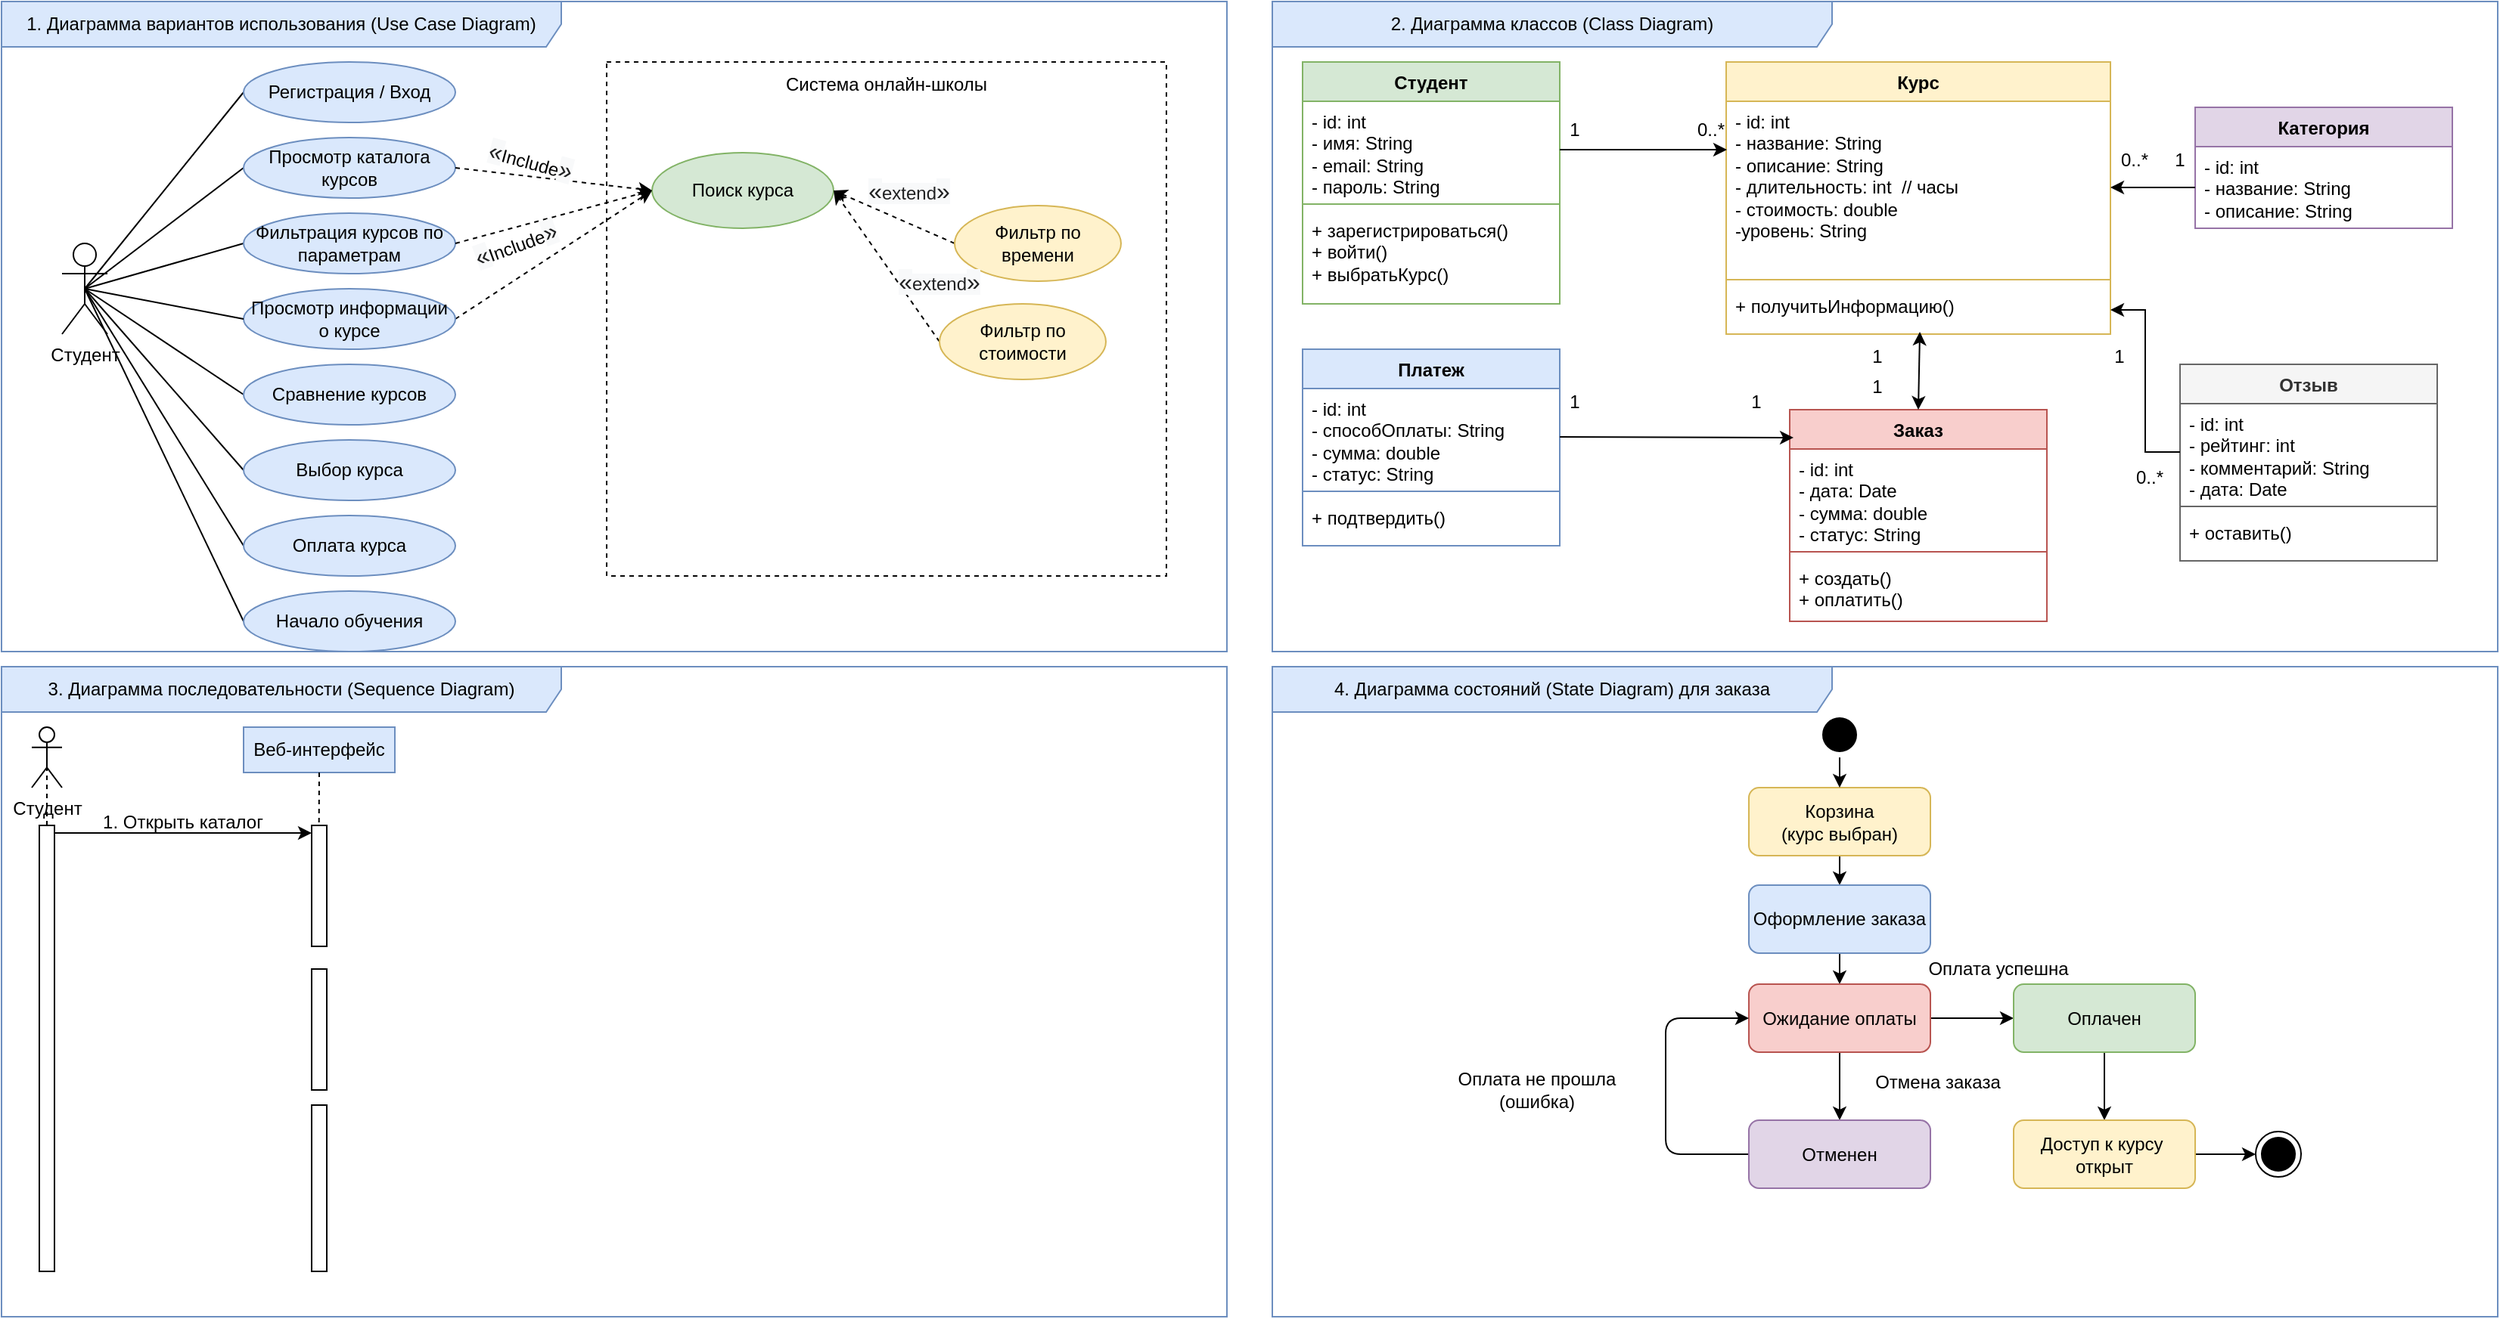
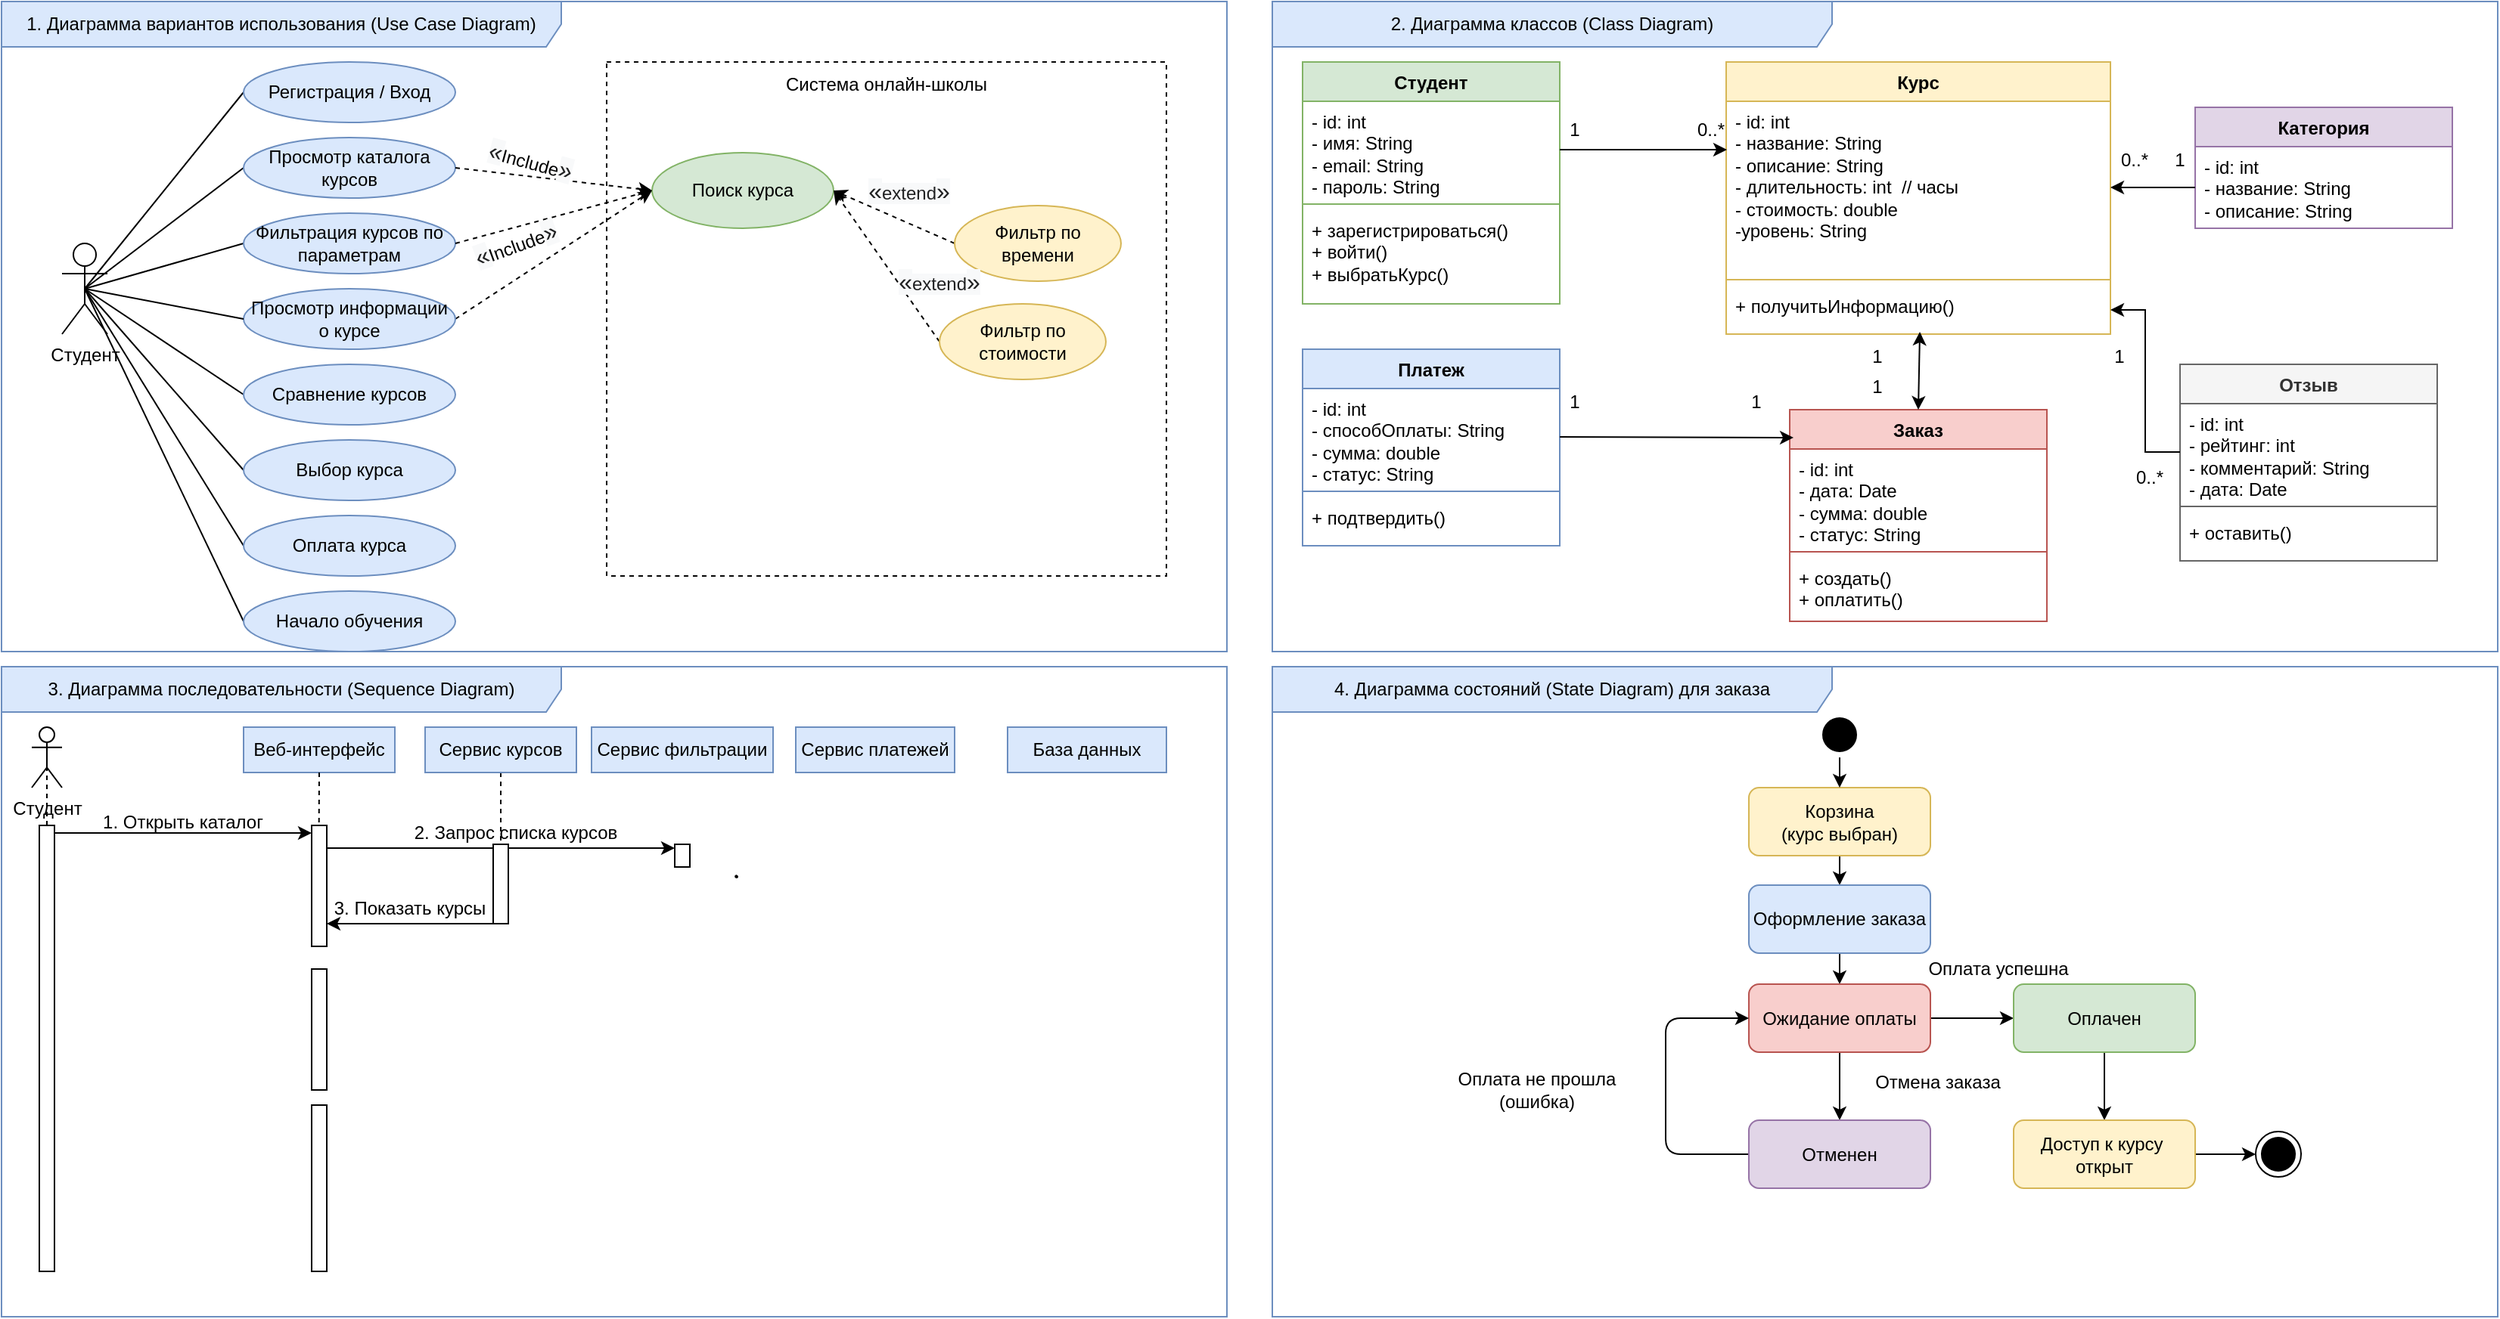
<mxfile host="app.diagrams.net">
  <diagram name="Страница-1" id="D9qNlymfPTsSxVgft2LI">
-     <mxGraphModel dx="1169" dy="787" grid="1" gridSize="10" guides="1" tooltips="1" connect="1" arrows="1" fold="1" page="1" pageScale="1" pageWidth="827" pageHeight="1169" math="0" shadow="0">
+     <mxGraphModel dx="305" dy="205" grid="1" gridSize="10" guides="1" tooltips="1" connect="1" arrows="1" fold="1" page="1" pageScale="1" pageWidth="827" pageHeight="1169" math="0" shadow="0">
      <root>
        <mxCell id="0" />
        <mxCell id="1" parent="0" />
        <mxCell id="Ora9MrkWIrVl9lBXlNgj-35" parent="1" style="rounded=0;whiteSpace=wrap;html=1;strokeColor=default;dashed=1;" value="" vertex="1">
          <mxGeometry height="340" width="370" x="400" y="40" as="geometry" />
        </mxCell>
        <mxCell id="Ora9MrkWIrVl9lBXlNgj-28" edge="1" parent="1" source="Ora9MrkWIrVl9lBXlNgj-1" style="edgeStyle=none;rounded=0;orthogonalLoop=1;jettySize=auto;html=1;exitX=0.5;exitY=0.5;exitDx=0;exitDy=0;exitPerimeter=0;entryX=0;entryY=0.5;entryDx=0;entryDy=0;endArrow=none;endFill=0;" target="Ora9MrkWIrVl9lBXlNgj-5">
          <mxGeometry relative="1" as="geometry" />
        </mxCell>
        <mxCell id="Ora9MrkWIrVl9lBXlNgj-29" edge="1" parent="1" source="Ora9MrkWIrVl9lBXlNgj-1" style="edgeStyle=none;rounded=0;orthogonalLoop=1;jettySize=auto;html=1;exitX=0.5;exitY=0.5;exitDx=0;exitDy=0;exitPerimeter=0;entryX=0;entryY=0.5;entryDx=0;entryDy=0;endArrow=none;endFill=0;" target="Ora9MrkWIrVl9lBXlNgj-6">
          <mxGeometry relative="1" as="geometry" />
        </mxCell>
        <mxCell id="Ora9MrkWIrVl9lBXlNgj-30" edge="1" parent="1" source="Ora9MrkWIrVl9lBXlNgj-1" style="edgeStyle=none;rounded=0;orthogonalLoop=1;jettySize=auto;html=1;exitX=0.5;exitY=0.5;exitDx=0;exitDy=0;exitPerimeter=0;entryX=0;entryY=0.5;entryDx=0;entryDy=0;endArrow=none;endFill=0;" target="Ora9MrkWIrVl9lBXlNgj-13">
          <mxGeometry relative="1" as="geometry" />
        </mxCell>
        <mxCell id="Ora9MrkWIrVl9lBXlNgj-31" edge="1" parent="1" source="Ora9MrkWIrVl9lBXlNgj-1" style="edgeStyle=none;rounded=0;orthogonalLoop=1;jettySize=auto;html=1;exitX=0.5;exitY=0.5;exitDx=0;exitDy=0;exitPerimeter=0;entryX=0;entryY=0.5;entryDx=0;entryDy=0;endArrow=none;endFill=0;" target="Ora9MrkWIrVl9lBXlNgj-14">
          <mxGeometry relative="1" as="geometry" />
        </mxCell>
        <mxCell id="Ora9MrkWIrVl9lBXlNgj-32" edge="1" parent="1" source="Ora9MrkWIrVl9lBXlNgj-1" style="edgeStyle=none;rounded=0;orthogonalLoop=1;jettySize=auto;html=1;exitX=0.5;exitY=0.5;exitDx=0;exitDy=0;exitPerimeter=0;entryX=0;entryY=0.5;entryDx=0;entryDy=0;endArrow=none;endFill=0;" target="Ora9MrkWIrVl9lBXlNgj-15">
          <mxGeometry relative="1" as="geometry" />
        </mxCell>
        <mxCell id="Ora9MrkWIrVl9lBXlNgj-33" edge="1" parent="1" source="Ora9MrkWIrVl9lBXlNgj-1" style="edgeStyle=none;rounded=0;orthogonalLoop=1;jettySize=auto;html=1;exitX=0.5;exitY=0.5;exitDx=0;exitDy=0;exitPerimeter=0;entryX=0;entryY=0.5;entryDx=0;entryDy=0;endArrow=none;endFill=0;" target="Ora9MrkWIrVl9lBXlNgj-16">
          <mxGeometry relative="1" as="geometry" />
        </mxCell>
        <mxCell id="Ora9MrkWIrVl9lBXlNgj-34" edge="1" parent="1" source="Ora9MrkWIrVl9lBXlNgj-1" style="edgeStyle=none;rounded=0;orthogonalLoop=1;jettySize=auto;html=1;exitX=0.5;exitY=0.5;exitDx=0;exitDy=0;exitPerimeter=0;entryX=0;entryY=0.5;entryDx=0;entryDy=0;endArrow=none;endFill=0;" target="Ora9MrkWIrVl9lBXlNgj-17">
          <mxGeometry relative="1" as="geometry" />
        </mxCell>
        <mxCell id="Ora9MrkWIrVl9lBXlNgj-1" parent="1" style="shape=umlActor;verticalLabelPosition=bottom;verticalAlign=top;html=1;outlineConnect=0;" value="Студент" vertex="1">
          <mxGeometry height="60" width="30" x="40" y="160" as="geometry" />
        </mxCell>
        <mxCell id="Ora9MrkWIrVl9lBXlNgj-3" edge="1" parent="1" style="endArrow=none;html=1;rounded=0;strokeColor=none;curved=1;" value="">
          <mxGeometry height="50" relative="1" width="50" as="geometry">
            <mxPoint x="390" y="330" as="sourcePoint" />
            <mxPoint x="440" y="280" as="targetPoint" />
          </mxGeometry>
        </mxCell>
        <mxCell id="Ora9MrkWIrVl9lBXlNgj-5" parent="1" style="ellipse;whiteSpace=wrap;html=1;fillColor=#dae8fc;strokeColor=#6c8ebf;" value="Регистрация / Вход" vertex="1">
          <mxGeometry height="40" width="140" x="160" y="40" as="geometry" />
        </mxCell>
        <mxCell id="Ora9MrkWIrVl9lBXlNgj-6" parent="1" style="ellipse;whiteSpace=wrap;html=1;fillColor=#dae8fc;strokeColor=#6c8ebf;" value="Просмотр каталога курсов" vertex="1">
          <mxGeometry height="40" width="140" x="160" y="90" as="geometry" />
        </mxCell>
        <mxCell id="Ora9MrkWIrVl9lBXlNgj-13" parent="1" style="ellipse;whiteSpace=wrap;html=1;fillColor=#dae8fc;strokeColor=#6c8ebf;" value="Фильтрация курсов по параметрам" vertex="1">
          <mxGeometry height="40" width="140" x="160" y="140" as="geometry" />
        </mxCell>
        <mxCell id="Ora9MrkWIrVl9lBXlNgj-14" parent="1" style="ellipse;whiteSpace=wrap;html=1;fillColor=#dae8fc;strokeColor=#6c8ebf;" value="Сравнение курсов" vertex="1">
          <mxGeometry height="40" width="140" x="160" y="240" as="geometry" />
        </mxCell>
        <mxCell id="Ora9MrkWIrVl9lBXlNgj-15" parent="1" style="ellipse;whiteSpace=wrap;html=1;fillColor=#dae8fc;strokeColor=#6c8ebf;" value="Выбор курса" vertex="1">
          <mxGeometry height="40" width="140" x="160" y="290" as="geometry" />
        </mxCell>
        <mxCell id="Ora9MrkWIrVl9lBXlNgj-16" parent="1" style="ellipse;whiteSpace=wrap;html=1;fillColor=#dae8fc;strokeColor=#6c8ebf;" value="Оплата курса" vertex="1">
          <mxGeometry height="40" width="140" x="160" y="340" as="geometry" />
        </mxCell>
        <mxCell id="Ora9MrkWIrVl9lBXlNgj-17" parent="1" style="ellipse;whiteSpace=wrap;html=1;fillColor=#dae8fc;strokeColor=#6c8ebf;" value="Начало обучения" vertex="1">
          <mxGeometry height="40" width="140" x="160" y="390" as="geometry" />
        </mxCell>
        <mxCell id="Ora9MrkWIrVl9lBXlNgj-18" parent="1" style="shape=umlFrame;whiteSpace=wrap;html=1;pointerEvents=0;width=370;height=30;fillColor=#dae8fc;strokeColor=#6c8ebf;" value="1. Диаграмма вариантов использования (Use Case Diagram)" vertex="1">
          <mxGeometry height="430" width="810" as="geometry" />
        </mxCell>
        <mxCell id="Ora9MrkWIrVl9lBXlNgj-36" parent="1" style="text;html=1;whiteSpace=wrap;strokeColor=none;fillColor=none;align=center;verticalAlign=middle;rounded=0;" value="Система онлайн-школы" vertex="1">
          <mxGeometry height="30" width="160" x="505" y="40" as="geometry" />
        </mxCell>
        <mxCell id="Ora9MrkWIrVl9lBXlNgj-37" parent="1" style="ellipse;whiteSpace=wrap;html=1;fillColor=#d5e8d4;strokeColor=#82b366;" value="Поиск курса" vertex="1">
          <mxGeometry height="50" width="120" x="430" y="100" as="geometry" />
        </mxCell>
        <mxCell id="Ora9MrkWIrVl9lBXlNgj-38" edge="1" parent="1" source="Ora9MrkWIrVl9lBXlNgj-6" style="edgeStyle=none;rounded=0;orthogonalLoop=1;jettySize=auto;html=1;exitX=1;exitY=0.5;exitDx=0;exitDy=0;entryX=0;entryY=0.5;entryDx=0;entryDy=0;dashed=1;" target="Ora9MrkWIrVl9lBXlNgj-37">
          <mxGeometry relative="1" as="geometry" />
        </mxCell>
        <mxCell id="Ora9MrkWIrVl9lBXlNgj-39" edge="1" parent="1" source="Ora9MrkWIrVl9lBXlNgj-13" style="edgeStyle=none;rounded=0;orthogonalLoop=1;jettySize=auto;html=1;exitX=1;exitY=0.5;exitDx=0;exitDy=0;entryX=0;entryY=0.5;entryDx=0;entryDy=0;dashed=1;" target="Ora9MrkWIrVl9lBXlNgj-37">
          <mxGeometry relative="1" as="geometry" />
        </mxCell>
        <mxCell id="Ora9MrkWIrVl9lBXlNgj-43" edge="1" parent="1" source="Ora9MrkWIrVl9lBXlNgj-41" style="edgeStyle=none;rounded=0;orthogonalLoop=1;jettySize=auto;html=1;exitX=1;exitY=0.5;exitDx=0;exitDy=0;entryX=0;entryY=0.5;entryDx=0;entryDy=0;dashed=1;" target="Ora9MrkWIrVl9lBXlNgj-37">
          <mxGeometry relative="1" as="geometry" />
        </mxCell>
        <mxCell id="Ora9MrkWIrVl9lBXlNgj-41" parent="1" style="ellipse;whiteSpace=wrap;html=1;fillColor=#dae8fc;strokeColor=#6c8ebf;" value="Просмотр информации о курсе" vertex="1">
          <mxGeometry height="40" width="140" x="160" y="190" as="geometry" />
        </mxCell>
        <mxCell id="Ora9MrkWIrVl9lBXlNgj-42" edge="1" parent="1" source="Ora9MrkWIrVl9lBXlNgj-41" style="edgeStyle=none;rounded=0;orthogonalLoop=1;jettySize=auto;html=1;exitX=0;exitY=0.5;exitDx=0;exitDy=0;entryX=0.5;entryY=0.5;entryDx=0;entryDy=0;entryPerimeter=0;endArrow=none;endFill=0;" target="Ora9MrkWIrVl9lBXlNgj-1">
          <mxGeometry relative="1" as="geometry" />
        </mxCell>
        <mxCell id="Ora9MrkWIrVl9lBXlNgj-44" parent="1" style="text;html=1;whiteSpace=wrap;strokeColor=none;fillColor=none;align=center;verticalAlign=middle;rounded=0;rotation=15;" value="&lt;span style=&quot;color: rgb(32, 33, 34); font-family: sans-serif; font-size: 16px; text-align: start; background-color: rgb(248, 249, 250);&quot;&gt;«&lt;/span&gt;Include&lt;span style=&quot;color: rgb(32, 33, 34); font-family: sans-serif; font-size: 16px; text-align: start; background-color: rgb(248, 249, 250);&quot;&gt;»&lt;/span&gt;" vertex="1">
          <mxGeometry height="30" width="60" x="320" y="90" as="geometry" />
        </mxCell>
        <mxCell id="Ora9MrkWIrVl9lBXlNgj-45" parent="1" style="text;html=1;whiteSpace=wrap;strokeColor=none;fillColor=none;align=center;verticalAlign=middle;rounded=0;rotation=-20;" value="&lt;span style=&quot;color: rgb(32, 33, 34); font-family: sans-serif; font-size: 16px; text-align: start; background-color: rgb(248, 249, 250);&quot;&gt;«&lt;/span&gt;Include&lt;span style=&quot;color: rgb(32, 33, 34); font-family: sans-serif; font-size: 16px; text-align: start; background-color: rgb(248, 249, 250);&quot;&gt;»&lt;/span&gt;" vertex="1">
          <mxGeometry height="30" width="60" x="310" y="145" as="geometry" />
        </mxCell>
        <mxCell id="g0pQmNP9uAlrfDevc1Wt-4" edge="1" parent="1" source="g0pQmNP9uAlrfDevc1Wt-1" style="edgeStyle=none;rounded=0;orthogonalLoop=1;jettySize=auto;html=1;exitX=0;exitY=0.5;exitDx=0;exitDy=0;entryX=1;entryY=0.5;entryDx=0;entryDy=0;dashed=1;" target="Ora9MrkWIrVl9lBXlNgj-37">
          <mxGeometry relative="1" as="geometry" />
        </mxCell>
        <mxCell id="g0pQmNP9uAlrfDevc1Wt-1" parent="1" style="ellipse;whiteSpace=wrap;html=1;fillColor=#fff2cc;strokeColor=#d6b656;" value="Фильтр по времени" vertex="1">
          <mxGeometry height="50" width="110" x="630" y="135" as="geometry" />
        </mxCell>
        <mxCell id="g0pQmNP9uAlrfDevc1Wt-3" edge="1" parent="1" source="g0pQmNP9uAlrfDevc1Wt-2" style="edgeStyle=none;rounded=0;orthogonalLoop=1;jettySize=auto;html=1;exitX=0;exitY=0.5;exitDx=0;exitDy=0;entryX=1;entryY=0.5;entryDx=0;entryDy=0;dashed=1;" target="Ora9MrkWIrVl9lBXlNgj-37">
          <mxGeometry relative="1" as="geometry" />
        </mxCell>
        <mxCell id="g0pQmNP9uAlrfDevc1Wt-2" parent="1" style="ellipse;whiteSpace=wrap;html=1;fillColor=#fff2cc;strokeColor=#d6b656;" value="Фильтр по стоимости" vertex="1">
          <mxGeometry height="50" width="110" x="620" y="200" as="geometry" />
        </mxCell>
        <mxCell id="g0pQmNP9uAlrfDevc1Wt-5" parent="1" style="text;html=1;whiteSpace=wrap;strokeColor=none;fillColor=none;align=center;verticalAlign=middle;rounded=0;rotation=0;" value="&lt;div style=&quot;text-align: center;&quot;&gt;&lt;span style=&quot;color: rgb(32, 33, 34); font-family: sans-serif; font-size: 16px; text-align: start; background-color: rgb(248, 249, 250);&quot;&gt;«&lt;/span&gt;&lt;span style=&quot;text-align: start; background-color: rgb(248, 249, 250); color: rgb(32, 33, 34);&quot;&gt;extend&lt;/span&gt;&lt;span style=&quot;color: rgb(32, 33, 34); font-family: sans-serif; font-size: 16px; text-align: start; background-color: rgb(248, 249, 250);&quot;&gt;»&lt;/span&gt;&lt;/div&gt;" vertex="1">
          <mxGeometry height="30" width="60" x="570" y="110" as="geometry" />
        </mxCell>
        <mxCell id="g0pQmNP9uAlrfDevc1Wt-6" parent="1" style="text;html=1;whiteSpace=wrap;strokeColor=none;fillColor=none;align=center;verticalAlign=middle;rounded=0;rotation=0;" value="&lt;div style=&quot;text-align: center;&quot;&gt;&lt;span style=&quot;color: rgb(32, 33, 34); font-family: sans-serif; font-size: 16px; text-align: start; background-color: rgb(248, 249, 250);&quot;&gt;«&lt;/span&gt;&lt;span style=&quot;text-align: start; background-color: rgb(248, 249, 250); color: rgb(32, 33, 34);&quot;&gt;extend&lt;/span&gt;&lt;span style=&quot;color: rgb(32, 33, 34); font-family: sans-serif; font-size: 16px; text-align: start; background-color: rgb(248, 249, 250);&quot;&gt;»&lt;/span&gt;&lt;/div&gt;" vertex="1">
          <mxGeometry height="30" width="60" x="590" y="170" as="geometry" />
        </mxCell>
        <mxCell id="g0pQmNP9uAlrfDevc1Wt-7" parent="1" style="shape=umlFrame;whiteSpace=wrap;html=1;pointerEvents=0;width=370;height=30;fillColor=#dae8fc;strokeColor=#6c8ebf;" value="2. Диаграмма классов (Class Diagram)" vertex="1">
          <mxGeometry height="430" width="810" x="840" as="geometry" />
        </mxCell>
        <mxCell id="g0pQmNP9uAlrfDevc1Wt-8" parent="1" style="swimlane;fontStyle=1;align=center;verticalAlign=top;childLayout=stackLayout;horizontal=1;startSize=26;horizontalStack=0;resizeParent=1;resizeParentMax=0;resizeLast=0;collapsible=1;marginBottom=0;whiteSpace=wrap;html=1;fillColor=#d5e8d4;strokeColor=#82b366;" value="Студент" vertex="1">
          <mxGeometry height="160" width="170" x="860" y="40" as="geometry" />
        </mxCell>
        <mxCell id="g0pQmNP9uAlrfDevc1Wt-9" parent="g0pQmNP9uAlrfDevc1Wt-8" style="text;strokeColor=none;fillColor=none;align=left;verticalAlign=top;spacingLeft=4;spacingRight=4;overflow=hidden;rotatable=0;points=[[0,0.5],[1,0.5]];portConstraint=eastwest;whiteSpace=wrap;html=1;" value="- id: int&lt;div&gt;- имя: String&lt;/div&gt;&lt;div&gt;- email: String&lt;/div&gt;&lt;div&gt;- пароль: String&lt;br&gt;&lt;div&gt;&lt;br&gt;&lt;/div&gt;&lt;/div&gt;" vertex="1">
          <mxGeometry height="64" width="170" y="26" as="geometry" />
        </mxCell>
        <mxCell id="g0pQmNP9uAlrfDevc1Wt-10" parent="g0pQmNP9uAlrfDevc1Wt-8" style="line;strokeWidth=1;fillColor=none;align=left;verticalAlign=middle;spacingTop=-1;spacingLeft=3;spacingRight=3;rotatable=0;labelPosition=right;points=[];portConstraint=eastwest;strokeColor=inherit;" value="" vertex="1">
          <mxGeometry height="8" width="170" y="90" as="geometry" />
        </mxCell>
        <mxCell id="g0pQmNP9uAlrfDevc1Wt-11" parent="g0pQmNP9uAlrfDevc1Wt-8" style="text;strokeColor=none;fillColor=none;align=left;verticalAlign=top;spacingLeft=4;spacingRight=4;overflow=hidden;rotatable=0;points=[[0,0.5],[1,0.5]];portConstraint=eastwest;whiteSpace=wrap;html=1;" value="+ зарегистрироваться()&lt;div&gt;+ войти()&lt;/div&gt;&lt;div&gt;+ выбратьКурс()&lt;/div&gt;" vertex="1">
          <mxGeometry height="62" width="170" y="98" as="geometry" />
        </mxCell>
        <mxCell id="g0pQmNP9uAlrfDevc1Wt-12" parent="1" style="swimlane;fontStyle=1;align=center;verticalAlign=top;childLayout=stackLayout;horizontal=1;startSize=26;horizontalStack=0;resizeParent=1;resizeParentMax=0;resizeLast=0;collapsible=1;marginBottom=0;whiteSpace=wrap;html=1;fillColor=#fff2cc;strokeColor=#d6b656;" value="Курс" vertex="1">
          <mxGeometry height="180" width="254" x="1140" y="40" as="geometry">
            <mxRectangle height="30" width="70" x="1140" y="40" as="alternateBounds" />
          </mxGeometry>
        </mxCell>
        <mxCell id="g0pQmNP9uAlrfDevc1Wt-13" parent="g0pQmNP9uAlrfDevc1Wt-12" style="text;strokeColor=none;fillColor=none;align=left;verticalAlign=top;spacingLeft=4;spacingRight=4;overflow=hidden;rotatable=0;points=[[0,0.5],[1,0.5]];portConstraint=eastwest;whiteSpace=wrap;html=1;" value="- id: int&lt;div&gt;- название: String&lt;/div&gt;&lt;div&gt;- описание: String&lt;/div&gt;&lt;div&gt;- длительность: int&amp;nbsp; // часы&lt;br&gt;&lt;div&gt;- стоимость: double&lt;/div&gt;&lt;/div&gt;&lt;div&gt;-уровень: String&lt;/div&gt;" vertex="1">
          <mxGeometry height="114" width="254" y="26" as="geometry" />
        </mxCell>
        <mxCell id="g0pQmNP9uAlrfDevc1Wt-14" parent="g0pQmNP9uAlrfDevc1Wt-12" style="line;strokeWidth=1;fillColor=none;align=left;verticalAlign=middle;spacingTop=-1;spacingLeft=3;spacingRight=3;rotatable=0;labelPosition=right;points=[];portConstraint=eastwest;strokeColor=inherit;" value="" vertex="1">
          <mxGeometry height="8" width="254" y="140" as="geometry" />
        </mxCell>
        <mxCell id="g0pQmNP9uAlrfDevc1Wt-15" parent="g0pQmNP9uAlrfDevc1Wt-12" style="text;strokeColor=none;fillColor=none;align=left;verticalAlign=top;spacingLeft=4;spacingRight=4;overflow=hidden;rotatable=0;points=[[0,0.5],[1,0.5]];portConstraint=eastwest;whiteSpace=wrap;html=1;" value="+ получитьИнформацию()" vertex="1">
          <mxGeometry height="32" width="254" y="148" as="geometry" />
        </mxCell>
        <mxCell id="g0pQmNP9uAlrfDevc1Wt-16" edge="1" parent="1" source="g0pQmNP9uAlrfDevc1Wt-9" style="edgeStyle=none;rounded=0;orthogonalLoop=1;jettySize=auto;html=1;exitX=1;exitY=0.5;exitDx=0;exitDy=0;entryX=0.002;entryY=0.281;entryDx=0;entryDy=0;entryPerimeter=0;" target="g0pQmNP9uAlrfDevc1Wt-13" value="">
          <mxGeometry relative="1" as="geometry" />
        </mxCell>
        <mxCell id="g0pQmNP9uAlrfDevc1Wt-17" parent="1" style="swimlane;fontStyle=1;align=center;verticalAlign=top;childLayout=stackLayout;horizontal=1;startSize=26;horizontalStack=0;resizeParent=1;resizeParentMax=0;resizeLast=0;collapsible=1;marginBottom=0;whiteSpace=wrap;html=1;fillColor=#e1d5e7;strokeColor=#9673a6;" value="Категория" vertex="1">
          <mxGeometry height="80" width="170" x="1450" y="70" as="geometry" />
        </mxCell>
        <mxCell id="g0pQmNP9uAlrfDevc1Wt-18" parent="g0pQmNP9uAlrfDevc1Wt-17" style="text;strokeColor=none;fillColor=none;align=left;verticalAlign=top;spacingLeft=4;spacingRight=4;overflow=hidden;rotatable=0;points=[[0,0.5],[1,0.5]];portConstraint=eastwest;whiteSpace=wrap;html=1;" value="- id: int&lt;div&gt;- название: String&lt;/div&gt;&lt;div&gt;- описание: String&lt;/div&gt;&lt;div&gt;&lt;div&gt;&lt;br&gt;&lt;/div&gt;&lt;/div&gt;" vertex="1">
          <mxGeometry height="54" width="170" y="26" as="geometry" />
        </mxCell>
        <mxCell id="g0pQmNP9uAlrfDevc1Wt-21" edge="1" parent="1" source="g0pQmNP9uAlrfDevc1Wt-18" style="edgeStyle=none;rounded=0;orthogonalLoop=1;jettySize=auto;html=1;exitX=0;exitY=0.5;exitDx=0;exitDy=0;entryX=1;entryY=0.5;entryDx=0;entryDy=0;" target="g0pQmNP9uAlrfDevc1Wt-13">
          <mxGeometry relative="1" as="geometry" />
        </mxCell>
        <mxCell id="g0pQmNP9uAlrfDevc1Wt-22" parent="1" style="swimlane;fontStyle=1;align=center;verticalAlign=top;childLayout=stackLayout;horizontal=1;startSize=26;horizontalStack=0;resizeParent=1;resizeParentMax=0;resizeLast=0;collapsible=1;marginBottom=0;whiteSpace=wrap;html=1;fillColor=#dae8fc;strokeColor=#6c8ebf;" value="Платеж" vertex="1">
          <mxGeometry height="130" width="170" x="860" y="230" as="geometry" />
        </mxCell>
        <mxCell id="g0pQmNP9uAlrfDevc1Wt-23" parent="g0pQmNP9uAlrfDevc1Wt-22" style="text;strokeColor=none;fillColor=none;align=left;verticalAlign=top;spacingLeft=4;spacingRight=4;overflow=hidden;rotatable=0;points=[[0,0.5],[1,0.5]];portConstraint=eastwest;whiteSpace=wrap;html=1;" value="- id: int&lt;div&gt;- способОплаты: String&lt;/div&gt;&lt;div&gt;- сумма: double&lt;/div&gt;&lt;div&gt;- статус: String&lt;br&gt;&lt;div&gt;&lt;br&gt;&lt;/div&gt;&lt;/div&gt;" vertex="1">
          <mxGeometry height="64" width="170" y="26" as="geometry" />
        </mxCell>
        <mxCell id="g0pQmNP9uAlrfDevc1Wt-24" parent="g0pQmNP9uAlrfDevc1Wt-22" style="line;strokeWidth=1;fillColor=none;align=left;verticalAlign=middle;spacingTop=-1;spacingLeft=3;spacingRight=3;rotatable=0;labelPosition=right;points=[];portConstraint=eastwest;strokeColor=inherit;" value="" vertex="1">
          <mxGeometry height="8" width="170" y="90" as="geometry" />
        </mxCell>
        <mxCell id="g0pQmNP9uAlrfDevc1Wt-25" parent="g0pQmNP9uAlrfDevc1Wt-22" style="text;strokeColor=none;fillColor=none;align=left;verticalAlign=top;spacingLeft=4;spacingRight=4;overflow=hidden;rotatable=0;points=[[0,0.5],[1,0.5]];portConstraint=eastwest;whiteSpace=wrap;html=1;" value="+ подтвердить()&lt;div&gt;&lt;br&gt;&lt;/div&gt;" vertex="1">
          <mxGeometry height="32" width="170" y="98" as="geometry" />
        </mxCell>
        <mxCell id="g0pQmNP9uAlrfDevc1Wt-26" parent="1" style="swimlane;fontStyle=1;align=center;verticalAlign=top;childLayout=stackLayout;horizontal=1;startSize=26;horizontalStack=0;resizeParent=1;resizeParentMax=0;resizeLast=0;collapsible=1;marginBottom=0;whiteSpace=wrap;html=1;fillColor=#f8cecc;strokeColor=#b85450;" value="Заказ" vertex="1">
          <mxGeometry height="140" width="170" x="1182" y="270" as="geometry" />
        </mxCell>
        <mxCell id="g0pQmNP9uAlrfDevc1Wt-27" parent="g0pQmNP9uAlrfDevc1Wt-26" style="text;strokeColor=none;fillColor=none;align=left;verticalAlign=top;spacingLeft=4;spacingRight=4;overflow=hidden;rotatable=0;points=[[0,0.5],[1,0.5]];portConstraint=eastwest;whiteSpace=wrap;html=1;" value="- id: int&lt;div&gt;- дата: Date&lt;/div&gt;&lt;div&gt;- сумма: double&lt;/div&gt;&lt;div&gt;- статус: String&lt;br&gt;&lt;div&gt;&lt;br&gt;&lt;/div&gt;&lt;/div&gt;" vertex="1">
          <mxGeometry height="64" width="170" y="26" as="geometry" />
        </mxCell>
        <mxCell id="g0pQmNP9uAlrfDevc1Wt-28" parent="g0pQmNP9uAlrfDevc1Wt-26" style="line;strokeWidth=1;fillColor=none;align=left;verticalAlign=middle;spacingTop=-1;spacingLeft=3;spacingRight=3;rotatable=0;labelPosition=right;points=[];portConstraint=eastwest;strokeColor=inherit;" value="" vertex="1">
          <mxGeometry height="8" width="170" y="90" as="geometry" />
        </mxCell>
        <mxCell id="g0pQmNP9uAlrfDevc1Wt-29" parent="g0pQmNP9uAlrfDevc1Wt-26" style="text;strokeColor=none;fillColor=none;align=left;verticalAlign=top;spacingLeft=4;spacingRight=4;overflow=hidden;rotatable=0;points=[[0,0.5],[1,0.5]];portConstraint=eastwest;whiteSpace=wrap;html=1;" value="+ создать()&lt;div&gt;+ оплатить()&lt;/div&gt;" vertex="1">
          <mxGeometry height="42" width="170" y="98" as="geometry" />
        </mxCell>
        <mxCell id="g0pQmNP9uAlrfDevc1Wt-30" edge="1" parent="1" source="g0pQmNP9uAlrfDevc1Wt-26" style="rounded=0;orthogonalLoop=1;jettySize=auto;html=1;exitX=0.5;exitY=0;exitDx=0;exitDy=0;entryX=0.504;entryY=0.953;entryDx=0;entryDy=0;entryPerimeter=0;startArrow=classic;startFill=1;" target="g0pQmNP9uAlrfDevc1Wt-15">
          <mxGeometry relative="1" as="geometry" />
        </mxCell>
        <mxCell id="g0pQmNP9uAlrfDevc1Wt-32" edge="1" parent="1" source="g0pQmNP9uAlrfDevc1Wt-23" style="edgeStyle=none;rounded=0;orthogonalLoop=1;jettySize=auto;html=1;exitX=1;exitY=0.5;exitDx=0;exitDy=0;entryX=0.015;entryY=0.132;entryDx=0;entryDy=0;entryPerimeter=0;" target="g0pQmNP9uAlrfDevc1Wt-26">
          <mxGeometry relative="1" as="geometry" />
        </mxCell>
        <mxCell id="g0pQmNP9uAlrfDevc1Wt-33" parent="1" style="swimlane;fontStyle=1;align=center;verticalAlign=top;childLayout=stackLayout;horizontal=1;startSize=26;horizontalStack=0;resizeParent=1;resizeParentMax=0;resizeLast=0;collapsible=1;marginBottom=0;whiteSpace=wrap;html=1;fillColor=#f5f5f5;strokeColor=#666666;fontColor=#333333;" value="Отзыв" vertex="1">
          <mxGeometry height="130" width="170" x="1440" y="240" as="geometry" />
        </mxCell>
        <mxCell id="g0pQmNP9uAlrfDevc1Wt-34" parent="g0pQmNP9uAlrfDevc1Wt-33" style="text;strokeColor=none;fillColor=none;align=left;verticalAlign=top;spacingLeft=4;spacingRight=4;overflow=hidden;rotatable=0;points=[[0,0.5],[1,0.5]];portConstraint=eastwest;whiteSpace=wrap;html=1;" value="- id: int&lt;div&gt;- рейтинг: int&lt;/div&gt;&lt;div&gt;- комментарий: String&lt;/div&gt;&lt;div&gt;- дата: Date&lt;br&gt;&lt;div&gt;&lt;br&gt;&lt;/div&gt;&lt;/div&gt;" vertex="1">
          <mxGeometry height="64" width="170" y="26" as="geometry" />
        </mxCell>
        <mxCell id="g0pQmNP9uAlrfDevc1Wt-35" parent="g0pQmNP9uAlrfDevc1Wt-33" style="line;strokeWidth=1;fillColor=none;align=left;verticalAlign=middle;spacingTop=-1;spacingLeft=3;spacingRight=3;rotatable=0;labelPosition=right;points=[];portConstraint=eastwest;strokeColor=inherit;" value="" vertex="1">
          <mxGeometry height="8" width="170" y="90" as="geometry" />
        </mxCell>
        <mxCell id="g0pQmNP9uAlrfDevc1Wt-36" parent="g0pQmNP9uAlrfDevc1Wt-33" style="text;strokeColor=none;fillColor=none;align=left;verticalAlign=top;spacingLeft=4;spacingRight=4;overflow=hidden;rotatable=0;points=[[0,0.5],[1,0.5]];portConstraint=eastwest;whiteSpace=wrap;html=1;" value="+ оставить()&lt;div&gt;&lt;br&gt;&lt;/div&gt;" vertex="1">
          <mxGeometry height="32" width="170" y="98" as="geometry" />
        </mxCell>
        <mxCell id="g0pQmNP9uAlrfDevc1Wt-37" edge="1" parent="g0pQmNP9uAlrfDevc1Wt-33" source="g0pQmNP9uAlrfDevc1Wt-34" style="edgeStyle=none;rounded=0;orthogonalLoop=1;jettySize=auto;html=1;exitX=0;exitY=0.5;exitDx=0;exitDy=0;" target="g0pQmNP9uAlrfDevc1Wt-34">
          <mxGeometry relative="1" as="geometry" />
        </mxCell>
        <mxCell id="g0pQmNP9uAlrfDevc1Wt-38" edge="1" parent="1" source="g0pQmNP9uAlrfDevc1Wt-34" style="edgeStyle=orthogonalEdgeStyle;rounded=0;orthogonalLoop=1;jettySize=auto;html=1;exitX=0;exitY=0.5;exitDx=0;exitDy=0;entryX=1;entryY=0.5;entryDx=0;entryDy=0;elbow=vertical;" target="g0pQmNP9uAlrfDevc1Wt-15">
          <mxGeometry relative="1" as="geometry" />
        </mxCell>
        <mxCell id="g0pQmNP9uAlrfDevc1Wt-39" parent="1" style="text;html=1;whiteSpace=wrap;strokeColor=none;fillColor=none;align=center;verticalAlign=middle;rounded=0;" value="0..*" vertex="1">
          <mxGeometry height="20" width="60" x="1380" y="95" as="geometry" />
        </mxCell>
        <mxCell id="g0pQmNP9uAlrfDevc1Wt-40" parent="1" style="text;html=1;whiteSpace=wrap;strokeColor=none;fillColor=none;align=center;verticalAlign=middle;rounded=0;" value="1" vertex="1">
          <mxGeometry height="30" width="60" x="1410" y="90" as="geometry" />
        </mxCell>
        <mxCell id="g0pQmNP9uAlrfDevc1Wt-41" parent="1" style="text;html=1;whiteSpace=wrap;strokeColor=none;fillColor=none;align=center;verticalAlign=middle;rounded=0;" value="1" vertex="1">
          <mxGeometry height="30" width="60" x="1370" y="220" as="geometry" />
        </mxCell>
        <mxCell id="g0pQmNP9uAlrfDevc1Wt-42" parent="1" style="text;html=1;whiteSpace=wrap;strokeColor=none;fillColor=none;align=center;verticalAlign=middle;rounded=0;" value="0..*" vertex="1">
          <mxGeometry height="30" width="60" x="1390" y="300" as="geometry" />
        </mxCell>
        <mxCell id="g0pQmNP9uAlrfDevc1Wt-43" parent="1" style="text;html=1;whiteSpace=wrap;strokeColor=none;fillColor=none;align=center;verticalAlign=middle;rounded=0;" value="1" vertex="1">
          <mxGeometry height="30" width="60" x="1210" y="220" as="geometry" />
        </mxCell>
        <mxCell id="g0pQmNP9uAlrfDevc1Wt-44" parent="1" style="text;html=1;whiteSpace=wrap;strokeColor=none;fillColor=none;align=center;verticalAlign=middle;rounded=0;" value="1" vertex="1">
          <mxGeometry height="30" width="60" x="1210" y="240" as="geometry" />
        </mxCell>
        <mxCell id="g0pQmNP9uAlrfDevc1Wt-45" parent="1" style="text;html=1;whiteSpace=wrap;strokeColor=none;fillColor=none;align=center;verticalAlign=middle;rounded=0;" value="1" vertex="1">
          <mxGeometry height="30" width="60" x="1010" y="70" as="geometry" />
        </mxCell>
        <mxCell id="g0pQmNP9uAlrfDevc1Wt-46" parent="1" style="text;html=1;whiteSpace=wrap;strokeColor=none;fillColor=none;align=center;verticalAlign=middle;rounded=0;" value="0..*" vertex="1">
          <mxGeometry height="30" width="60" x="1100" y="70" as="geometry" />
        </mxCell>
        <mxCell id="g0pQmNP9uAlrfDevc1Wt-47" parent="1" style="text;html=1;whiteSpace=wrap;strokeColor=none;fillColor=none;align=center;verticalAlign=middle;rounded=0;" value="1" vertex="1">
          <mxGeometry height="30" width="60" x="1010" y="250" as="geometry" />
        </mxCell>
        <mxCell id="g0pQmNP9uAlrfDevc1Wt-48" parent="1" style="text;html=1;whiteSpace=wrap;strokeColor=none;fillColor=none;align=center;verticalAlign=middle;rounded=0;" value="1" vertex="1">
          <mxGeometry height="30" width="60" x="1130" y="250" as="geometry" />
        </mxCell>
        <mxCell id="g0pQmNP9uAlrfDevc1Wt-49" parent="1" style="shape=umlFrame;whiteSpace=wrap;html=1;pointerEvents=0;width=370;height=30;fillColor=#dae8fc;strokeColor=#6c8ebf;" value="3. Диаграмма последовательности (Sequence Diagram)" vertex="1">
          <mxGeometry height="430" width="810" y="440" as="geometry" />
        </mxCell>
        <mxCell id="g0pQmNP9uAlrfDevc1Wt-50" parent="1" style="shape=umlFrame;whiteSpace=wrap;html=1;pointerEvents=0;width=370;height=30;fillColor=#dae8fc;strokeColor=#6c8ebf;" value="4. Диаграмма состояний (State Diagram) для заказа" vertex="1">
          <mxGeometry height="430" width="810" x="840" y="440" as="geometry" />
        </mxCell>
        <mxCell id="g0pQmNP9uAlrfDevc1Wt-58" edge="1" parent="1" source="g0pQmNP9uAlrfDevc1Wt-51" style="edgeStyle=none;rounded=0;orthogonalLoop=1;jettySize=auto;html=1;exitX=0.5;exitY=1;exitDx=0;exitDy=0;" target="g0pQmNP9uAlrfDevc1Wt-57">
          <mxGeometry relative="1" as="geometry" />
        </mxCell>
        <mxCell id="g0pQmNP9uAlrfDevc1Wt-51" parent="1" style="rounded=1;whiteSpace=wrap;html=1;fillColor=#fff2cc;strokeColor=#d6b656;" value="Корзина&lt;div&gt;(курс выбран)&lt;/div&gt;" vertex="1">
          <mxGeometry height="45" width="120" x="1155" y="520" as="geometry" />
        </mxCell>
        <mxCell id="g0pQmNP9uAlrfDevc1Wt-56" edge="1" parent="1" source="g0pQmNP9uAlrfDevc1Wt-54" style="edgeStyle=none;rounded=0;orthogonalLoop=1;jettySize=auto;html=1;exitX=0.5;exitY=1;exitDx=0;exitDy=0;entryX=0.5;entryY=0;entryDx=0;entryDy=0;" target="g0pQmNP9uAlrfDevc1Wt-51">
          <mxGeometry relative="1" as="geometry" />
        </mxCell>
        <mxCell id="g0pQmNP9uAlrfDevc1Wt-54" parent="1" style="ellipse;html=1;shape=startState;fillColor=#000000;strokeColor=light-dark(#000000, #ff9090);" value="" vertex="1">
          <mxGeometry height="30" width="30" x="1200" y="470" as="geometry" />
        </mxCell>
        <mxCell id="g0pQmNP9uAlrfDevc1Wt-60" edge="1" parent="1" source="g0pQmNP9uAlrfDevc1Wt-57" style="edgeStyle=none;rounded=0;orthogonalLoop=1;jettySize=auto;html=1;exitX=0.5;exitY=1;exitDx=0;exitDy=0;entryX=0.5;entryY=0;entryDx=0;entryDy=0;" target="g0pQmNP9uAlrfDevc1Wt-59">
          <mxGeometry relative="1" as="geometry" />
        </mxCell>
        <mxCell id="g0pQmNP9uAlrfDevc1Wt-57" parent="1" style="rounded=1;whiteSpace=wrap;html=1;fillColor=#dae8fc;strokeColor=#6c8ebf;" value="Оформление заказа" vertex="1">
          <mxGeometry height="45" width="120" x="1155" y="584.5" as="geometry" />
        </mxCell>
        <mxCell id="g0pQmNP9uAlrfDevc1Wt-65" edge="1" parent="1" source="g0pQmNP9uAlrfDevc1Wt-59" style="edgeStyle=none;rounded=0;orthogonalLoop=1;jettySize=auto;html=1;exitX=1;exitY=0.5;exitDx=0;exitDy=0;entryX=0;entryY=0.5;entryDx=0;entryDy=0;" target="g0pQmNP9uAlrfDevc1Wt-63">
          <mxGeometry relative="1" as="geometry" />
        </mxCell>
        <mxCell id="g0pQmNP9uAlrfDevc1Wt-67" edge="1" parent="1" source="g0pQmNP9uAlrfDevc1Wt-59" style="edgeStyle=none;rounded=0;orthogonalLoop=1;jettySize=auto;html=1;exitX=0.5;exitY=1;exitDx=0;exitDy=0;entryX=0.5;entryY=0;entryDx=0;entryDy=0;" target="g0pQmNP9uAlrfDevc1Wt-66">
          <mxGeometry relative="1" as="geometry" />
        </mxCell>
        <mxCell id="g0pQmNP9uAlrfDevc1Wt-59" parent="1" style="rounded=1;whiteSpace=wrap;html=1;fillColor=#f8cecc;strokeColor=#b85450;" value="Ожидание оплаты" vertex="1">
          <mxGeometry height="45" width="120" x="1155" y="650" as="geometry" />
        </mxCell>
        <mxCell id="g0pQmNP9uAlrfDevc1Wt-73" edge="1" parent="1" source="g0pQmNP9uAlrfDevc1Wt-63" style="edgeStyle=none;rounded=0;orthogonalLoop=1;jettySize=auto;html=1;exitX=0.5;exitY=1;exitDx=0;exitDy=0;entryX=0.5;entryY=0;entryDx=0;entryDy=0;" target="g0pQmNP9uAlrfDevc1Wt-71">
          <mxGeometry relative="1" as="geometry" />
        </mxCell>
        <mxCell id="g0pQmNP9uAlrfDevc1Wt-63" parent="1" style="rounded=1;whiteSpace=wrap;html=1;fillColor=#d5e8d4;strokeColor=#82b366;" value="Оплачен" vertex="1">
          <mxGeometry height="45" width="120" x="1330" y="650" as="geometry" />
        </mxCell>
        <mxCell id="g0pQmNP9uAlrfDevc1Wt-69" edge="1" parent="1" source="g0pQmNP9uAlrfDevc1Wt-66" style="edgeStyle=orthogonalEdgeStyle;rounded=1;orthogonalLoop=1;jettySize=auto;html=1;exitX=0;exitY=0.5;exitDx=0;exitDy=0;entryX=0;entryY=0.5;entryDx=0;entryDy=0;curved=0;" target="g0pQmNP9uAlrfDevc1Wt-59">
          <mxGeometry relative="1" as="geometry">
            <Array as="points">
              <mxPoint x="1100" y="763" />
              <mxPoint x="1100" y="673" />
            </Array>
          </mxGeometry>
        </mxCell>
        <mxCell id="g0pQmNP9uAlrfDevc1Wt-66" parent="1" style="rounded=1;whiteSpace=wrap;html=1;fillColor=#e1d5e7;strokeColor=#9673a6;" value="Отменен" vertex="1">
          <mxGeometry height="45" width="120" x="1155" y="740" as="geometry" />
        </mxCell>
        <mxCell id="g0pQmNP9uAlrfDevc1Wt-68" parent="1" style="text;html=1;whiteSpace=wrap;strokeColor=none;fillColor=none;align=center;verticalAlign=middle;rounded=0;" value="Отмена заказа" vertex="1">
          <mxGeometry height="30" width="120" x="1220" y="700" as="geometry" />
        </mxCell>
        <mxCell id="g0pQmNP9uAlrfDevc1Wt-70" parent="1" style="text;html=1;whiteSpace=wrap;strokeColor=none;fillColor=none;align=center;verticalAlign=middle;rounded=0;" value="Оплата не прошла&lt;div&gt;(ошибка)&lt;/div&gt;" vertex="1">
          <mxGeometry height="50" width="130" x="950" y="695" as="geometry" />
        </mxCell>
        <mxCell id="g0pQmNP9uAlrfDevc1Wt-75" edge="1" parent="1" source="g0pQmNP9uAlrfDevc1Wt-71" style="edgeStyle=none;rounded=0;orthogonalLoop=1;jettySize=auto;html=1;exitX=1;exitY=0.5;exitDx=0;exitDy=0;" target="g0pQmNP9uAlrfDevc1Wt-74">
          <mxGeometry relative="1" as="geometry" />
        </mxCell>
        <mxCell id="g0pQmNP9uAlrfDevc1Wt-71" parent="1" style="rounded=1;whiteSpace=wrap;html=1;fillColor=#fff2cc;strokeColor=#d6b656;" value="Доступ к курсу&amp;nbsp;&lt;div&gt;открыт&lt;/div&gt;" vertex="1">
          <mxGeometry height="45" width="120" x="1330" y="740" as="geometry" />
        </mxCell>
        <mxCell id="g0pQmNP9uAlrfDevc1Wt-74" parent="1" style="ellipse;html=1;shape=endState;fillColor=#000000;strokeColor=#000000;" value="" vertex="1">
          <mxGeometry height="30" width="30" x="1490" y="747.5" as="geometry" />
        </mxCell>
        <mxCell id="g0pQmNP9uAlrfDevc1Wt-76" parent="1" style="text;html=1;whiteSpace=wrap;strokeColor=#000000;fillColor=none;align=center;verticalAlign=middle;rounded=0;fontSize=12;" value="Оплата успешна" vertex="1">
          <mxGeometry width="120" x="1260" y="640" as="geometry" />
        </mxCell>
        <mxCell id="g0pQmNP9uAlrfDevc1Wt-78" parent="1" style="shape=umlActor;verticalLabelPosition=bottom;verticalAlign=top;html=1;" value="Студент" vertex="1">
          <mxGeometry height="40" width="20" x="20" y="480" as="geometry" />
        </mxCell>
        <mxCell id="g0pQmNP9uAlrfDevc1Wt-79" parent="1" style="html=1;whiteSpace=wrap;fillColor=#dae8fc;strokeColor=#6c8ebf;" value="Веб-интерфейс" vertex="1">
          <mxGeometry height="30" width="100" x="160" y="480" as="geometry" />
        </mxCell>
        <mxCell id="g0pQmNP9uAlrfDevc1Wt-84" edge="1" parent="1" source="g0pQmNP9uAlrfDevc1Wt-80" style="edgeStyle=none;rounded=0;orthogonalLoop=1;jettySize=auto;html=1;curved=0;exitX=1;exitY=0;exitDx=0;exitDy=5;exitPerimeter=0;" target="g0pQmNP9uAlrfDevc1Wt-81">
          <mxGeometry relative="1" as="geometry" />
        </mxCell>
        <mxCell id="g0pQmNP9uAlrfDevc1Wt-80" parent="1" style="html=1;points=[[0,0,0,0,5],[0,1,0,0,-5],[1,0,0,0,5],[1,1,0,0,-5]];perimeter=orthogonalPerimeter;outlineConnect=0;targetShapes=umlLifeline;portConstraint=eastwest;newEdgeStyle={&quot;curved&quot;:0,&quot;rounded&quot;:0};" value="" vertex="1">
          <mxGeometry height="295" width="10" x="25" y="545" as="geometry" />
        </mxCell>
+         <mxCell id="g0pQmNP9uAlrfDevc1Wt-97" edge="1" parent="1" source="g0pQmNP9uAlrfDevc1Wt-81" style="edgeStyle=none;rounded=0;orthogonalLoop=1;jettySize=auto;html=1;curved=0;" target="g0pQmNP9uAlrfDevc1Wt-94">
+           <mxGeometry relative="1" as="geometry">
+             <Array as="points">
+               <mxPoint x="330" y="560" />
+             </Array>
+           </mxGeometry>
+         </mxCell>
        <mxCell id="g0pQmNP9uAlrfDevc1Wt-81" parent="1" style="html=1;points=[[0,0,0,0,5],[0,1,0,0,-5],[1,0,0,0,5],[1,1,0,0,-5]];perimeter=orthogonalPerimeter;outlineConnect=0;targetShapes=umlLifeline;portConstraint=eastwest;newEdgeStyle={&quot;curved&quot;:0,&quot;rounded&quot;:0};" value="" vertex="1">
          <mxGeometry height="80" width="10" x="205" y="545" as="geometry" />
        </mxCell>
        <mxCell id="g0pQmNP9uAlrfDevc1Wt-82" edge="1" parent="1" source="g0pQmNP9uAlrfDevc1Wt-78" style="edgeStyle=none;rounded=0;orthogonalLoop=1;jettySize=auto;html=1;exitX=0.5;exitY=0.5;exitDx=0;exitDy=0;exitPerimeter=0;dashed=1;endArrow=none;endFill=0;" target="g0pQmNP9uAlrfDevc1Wt-80">
          <mxGeometry relative="1" as="geometry" />
        </mxCell>
        <mxCell id="g0pQmNP9uAlrfDevc1Wt-85" edge="1" parent="1" source="g0pQmNP9uAlrfDevc1Wt-79" style="edgeStyle=none;rounded=0;orthogonalLoop=1;jettySize=auto;html=1;exitX=0.5;exitY=1;exitDx=0;exitDy=0;entryX=0.485;entryY=-0.01;entryDx=0;entryDy=0;entryPerimeter=0;dashed=1;endArrow=none;endFill=0;" target="g0pQmNP9uAlrfDevc1Wt-81">
          <mxGeometry relative="1" as="geometry" />
        </mxCell>
        <mxCell id="g0pQmNP9uAlrfDevc1Wt-86" parent="1" style="text;html=1;whiteSpace=wrap;strokeColor=none;fillColor=none;align=center;verticalAlign=middle;rounded=0;" value="1. Открыть каталог" vertex="1">
          <mxGeometry height="30" width="120" x="60" y="527.5" as="geometry" />
        </mxCell>
        <mxCell id="g0pQmNP9uAlrfDevc1Wt-87" parent="1" style="html=1;points=[[0,0,0,0,5],[0,1,0,0,-5],[1,0,0,0,5],[1,1,0,0,-5]];perimeter=orthogonalPerimeter;outlineConnect=0;targetShapes=umlLifeline;portConstraint=eastwest;newEdgeStyle={&quot;curved&quot;:0,&quot;rounded&quot;:0};" value="" vertex="1">
          <mxGeometry height="80" width="10" x="205" y="640" as="geometry" />
        </mxCell>
        <mxCell id="g0pQmNP9uAlrfDevc1Wt-88" parent="1" style="html=1;points=[[0,0,0,0,5],[0,1,0,0,-5],[1,0,0,0,5],[1,1,0,0,-5]];perimeter=orthogonalPerimeter;outlineConnect=0;targetShapes=umlLifeline;portConstraint=eastwest;newEdgeStyle={&quot;curved&quot;:0,&quot;rounded&quot;:0};" value="" vertex="1">
          <mxGeometry height="110" width="10" x="205" y="730" as="geometry" />
+         </mxCell>
+         <mxCell id="g0pQmNP9uAlrfDevc1Wt-105" edge="1" parent="1" style="edgeStyle=none;rounded=0;orthogonalLoop=1;jettySize=auto;html=1;curved=0;exitX=0;exitY=1;exitDx=0;exitDy=-5;exitPerimeter=0;">
+           <mxGeometry relative="1" as="geometry">
+             <mxPoint x="325" y="610" as="sourcePoint" />
+             <mxPoint x="215" y="610" as="targetPoint" />
+           </mxGeometry>
+         </mxCell>
+         <mxCell id="g0pQmNP9uAlrfDevc1Wt-89" parent="1" style="html=1;points=[[0,0,0,0,5],[0,1,0,0,-5],[1,0,0,0,5],[1,1,0,0,-5]];perimeter=orthogonalPerimeter;outlineConnect=0;targetShapes=umlLifeline;portConstraint=eastwest;newEdgeStyle={&quot;curved&quot;:0,&quot;rounded&quot;:0};" value="" vertex="1">
+           <mxGeometry height="52.5" width="10" x="325" y="557.5" as="geometry" />
+         </mxCell>
+         <mxCell id="g0pQmNP9uAlrfDevc1Wt-99" edge="1" parent="1" source="g0pQmNP9uAlrfDevc1Wt-90" style="edgeStyle=none;rounded=0;orthogonalLoop=1;jettySize=auto;html=1;exitX=0.5;exitY=1;exitDx=0;exitDy=0;endArrow=none;endFill=0;dashed=1;" target="g0pQmNP9uAlrfDevc1Wt-89">
+           <mxGeometry relative="1" as="geometry" />
+         </mxCell>
+         <mxCell id="g0pQmNP9uAlrfDevc1Wt-90" parent="1" style="html=1;whiteSpace=wrap;fillColor=#dae8fc;strokeColor=#6c8ebf;" value="Сервис курсов" vertex="1">
+           <mxGeometry height="30" width="100" x="280" y="480" as="geometry" />
+         </mxCell>
+         <mxCell id="g0pQmNP9uAlrfDevc1Wt-91" parent="1" style="html=1;whiteSpace=wrap;fillColor=#dae8fc;strokeColor=#6c8ebf;" value="Сервис фильтрации" vertex="1">
+           <mxGeometry height="30" width="120" x="390" y="480" as="geometry" />
+         </mxCell>
+         <mxCell id="g0pQmNP9uAlrfDevc1Wt-92" parent="1" style="html=1;whiteSpace=wrap;fillColor=#dae8fc;strokeColor=#6c8ebf;" value="Сервис платежей" vertex="1">
+           <mxGeometry height="30" width="105" x="525" y="480" as="geometry" />
+         </mxCell>
+         <mxCell id="g0pQmNP9uAlrfDevc1Wt-93" parent="1" style="html=1;whiteSpace=wrap;fillColor=#dae8fc;strokeColor=#6c8ebf;" value="База данных" vertex="1">
+           <mxGeometry height="30" width="105" x="665" y="480" as="geometry" />
+         </mxCell>
+         <mxCell id="g0pQmNP9uAlrfDevc1Wt-94" parent="1" style="html=1;points=[[0,0,0,0,5],[0,1,0,0,-5],[1,0,0,0,5],[1,1,0,0,-5]];perimeter=orthogonalPerimeter;outlineConnect=0;targetShapes=umlLifeline;portConstraint=eastwest;newEdgeStyle={&quot;curved&quot;:0,&quot;rounded&quot;:0};" value="" vertex="1">
+           <mxGeometry height="15" width="10" x="445" y="557.5" as="geometry" />
+         </mxCell>
+         <mxCell id="g0pQmNP9uAlrfDevc1Wt-98" parent="1" style="text;html=1;whiteSpace=wrap;strokeColor=none;fillColor=none;align=center;verticalAlign=middle;rounded=0;" value="2. Запрос списка курсов" vertex="1">
+           <mxGeometry height="30" width="160" x="260" y="535" as="geometry" />
+         </mxCell>
+         <mxCell id="g0pQmNP9uAlrfDevc1Wt-102" parent="1" style="shape=stencil(fZbdcgIhDIWfZm8zQAg/17Z9j85U606tdqz9e/tmZ0c0uJ47xP0I5JwEBl59bp8/1kNwn6fj4W39M76ctgM/DCGM++36OJ50NPDjwKvN4bh+PR6+9i/z74/n6ctp9H74nlb4nbmSKZeJCu5vngmZ6jzzNAO7cX8FVKEsBuBKrgKg9oAE8gkCbLeUhEoEQKSUDZDLeWYRKIl8MEDRmHwfyBrBG6Amyu4+kDxxMoB3jhwgYu7TVAsVkFcWCs4CTBEoF4RctKeOxHIf8IXYpikHikAIf+MNUW94AGSSaoAoFIE3AlOyeWU+p2E5S9yfQZcQILVuQOwZdJNoS9Ls3wA5u2XZTIHECqeJ9kDpSaauRiNVcAY1QhdBzeLBli5WazpkSsBLV25uRaqWRyFawTQzRRIQYirJzq5atkBqLfouwqUxLBepthWb10vrWZY6UOAeyKCCtDV625mm9gmUC4Wc3VLJMMIE1BsA2FW9JraVlQB7n3c9oMKhCLEvIM1zBPZ25/umNQ1tVEC2G+fFCC8g398O2hNQuQlVu752DBfA+q0ptnqO5JFmeuIuo9DY7KjY71UxdJV4EntifPWorW++R/dC4t7V3DlIB5cHx2bc7eb3yvX//QNFp+bHDT/+Aw==);lineShape=1;strokeColor=default;" value="" vertex="1">
+           <mxGeometry height="1.3522423815526923" width="1.3543593542361623" x="485.1066553166596" y="578.1522644807303" as="geometry" />
+         </mxCell>
+         <mxCell id="g0pQmNP9uAlrfDevc1Wt-106" parent="1" style="text;html=1;whiteSpace=wrap;strokeColor=none;fillColor=none;align=center;verticalAlign=middle;rounded=0;" value="3. Показать курсы" vertex="1">
+           <mxGeometry height="30" width="110" x="215" y="585" as="geometry" />
        </mxCell>
      </root>
    </mxGraphModel>
  </diagram>
</mxfile>
